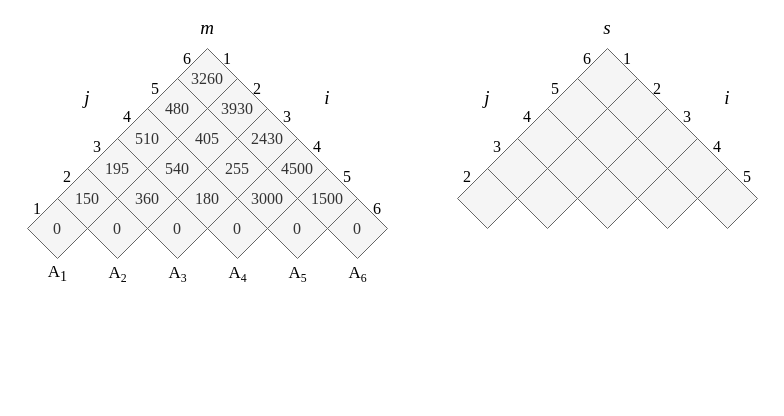
Earlier version of the draw.io diagram HW10/HW10_Q1.drawio (edwardayala/Diagrams). Source tidied: cells renumbered, new cells numbered last; positions are measured from the earlier drawing's top-left corner, leaving out a move shared by most shapes. Both pictures are drawn from the tidied source at 100%, with x=0, y=0 at pixel (17, 18).
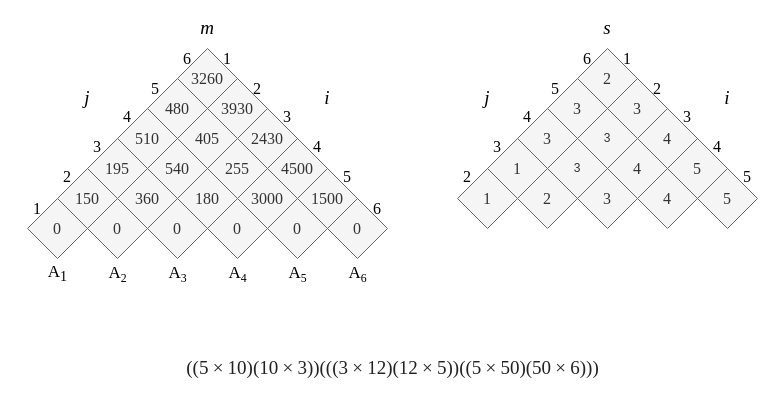
The same diagram, later.

Diff of the diagram source:
```diff
@@
-    <mxCell id="38" style="rhombus;whiteSpace=wrap;html=1;fillColor=#f5f5f5;strokeColor=#666666;fontColor=#333333;" parent="1" vertex="1">
+    <mxCell id="38" value="2" style="rhombus;whiteSpace=wrap;html=1;fillColor=#f5f5f5;strokeColor=#666666;fontColor=#333333;fontFamily=Times New Roman;fontSize=16;" parent="1" vertex="1">
       <mxGeometry x="560" y="30" width="60" height="60" as="geometry" />
     </mxCell>
-    <mxCell id="39" style="rhombus;whiteSpace=wrap;html=1;fillColor=#f5f5f5;strokeColor=#666666;fontColor=#333333;" parent="1" vertex="1">
+    <mxCell id="39" value="3" style="rhombus;whiteSpace=wrap;html=1;fillColor=#f5f5f5;strokeColor=#666666;fontColor=#333333;fontFamily=Times New Roman;fontSize=16;" parent="1" vertex="1">
       <mxGeometry x="590" y="60" width="60" height="60" as="geometry" />
     </mxCell>
-    <mxCell id="40" style="rhombus;whiteSpace=wrap;html=1;fillColor=#f5f5f5;strokeColor=#666666;fontColor=#333333;" parent="1" vertex="1">
+    <mxCell id="40" value="4" style="rhombus;whiteSpace=wrap;html=1;fillColor=#f5f5f5;strokeColor=#666666;fontColor=#333333;fontFamily=Times New Roman;fontSize=16;" parent="1" vertex="1">
       <mxGeometry x="620" y="90" width="60" height="60" as="geometry" />
     </mxCell>
-    <mxCell id="41" style="rhombus;whiteSpace=wrap;html=1;fillColor=#f5f5f5;strokeColor=#666666;fontColor=#333333;" parent="1" vertex="1">
+    <mxCell id="41" value="5" style="rhombus;whiteSpace=wrap;html=1;fillColor=#f5f5f5;strokeColor=#666666;fontColor=#333333;fontFamily=Times New Roman;fontSize=16;" parent="1" vertex="1">
       <mxGeometry x="650" y="120" width="60" height="60" as="geometry" />
     </mxCell>
-    <mxCell id="42" style="rhombus;whiteSpace=wrap;html=1;fillColor=#f5f5f5;strokeColor=#666666;fontColor=#333333;" parent="1" vertex="1">
+    <mxCell id="42" value="5" style="rhombus;whiteSpace=wrap;html=1;fillColor=#f5f5f5;strokeColor=#666666;fontColor=#333333;fontFamily=Times New Roman;fontSize=16;" parent="1" vertex="1">
       <mxGeometry x="680" y="150" width="60" height="60" as="geometry" />
     </mxCell>
-    <mxCell id="43" style="rhombus;whiteSpace=wrap;html=1;fillColor=#f5f5f5;strokeColor=#666666;fontColor=#333333;" parent="1" vertex="1">
+    <mxCell id="43" value="3" style="rhombus;whiteSpace=wrap;html=1;fillColor=#f5f5f5;strokeColor=#666666;fontColor=#333333;fontFamily=Times New Roman;fontSize=16;" parent="1" vertex="1">
       <mxGeometry x="530" y="60" width="60" height="60" as="geometry" />
     </mxCell>
-    <mxCell id="44" style="rhombus;whiteSpace=wrap;html=1;fillColor=#f5f5f5;strokeColor=#666666;fontColor=#333333;" parent="1" vertex="1">
+    <mxCell id="44" value="3" style="rhombus;whiteSpace=wrap;html=1;fillColor=#f5f5f5;strokeColor=#666666;fontColor=#333333;" parent="1" vertex="1">
       <mxGeometry x="560" y="90" width="60" height="60" as="geometry" />
     </mxCell>
-    <mxCell id="45" style="rhombus;whiteSpace=wrap;html=1;fillColor=#f5f5f5;strokeColor=#666666;fontColor=#333333;" parent="1" vertex="1">
+    <mxCell id="45" value="4" style="rhombus;whiteSpace=wrap;html=1;fillColor=#f5f5f5;strokeColor=#666666;fontColor=#333333;fontFamily=Times New Roman;fontSize=16;" parent="1" vertex="1">
       <mxGeometry x="590" y="120" width="60" height="60" as="geometry" />
     </mxCell>
-    <mxCell id="46" style="rhombus;whiteSpace=wrap;html=1;fillColor=#f5f5f5;strokeColor=#666666;fontColor=#333333;" parent="1" vertex="1">
+    <mxCell id="46" value="4" style="rhombus;whiteSpace=wrap;html=1;fillColor=#f5f5f5;strokeColor=#666666;fontColor=#333333;fontFamily=Times New Roman;fontSize=16;" parent="1" vertex="1">
       <mxGeometry x="620" y="150" width="60" height="60" as="geometry" />
     </mxCell>
-    <mxCell id="47" style="rhombus;whiteSpace=wrap;html=1;fillColor=#f5f5f5;strokeColor=#666666;fontColor=#333333;" parent="1" vertex="1">
+    <mxCell id="47" value="3" style="rhombus;whiteSpace=wrap;html=1;fillColor=#f5f5f5;strokeColor=#666666;fontColor=#333333;fontFamily=Times New Roman;fontSize=16;" parent="1" vertex="1">
       <mxGeometry x="500" y="90" width="60" height="60" as="geometry" />
     </mxCell>
-    <mxCell id="48" style="rhombus;whiteSpace=wrap;html=1;fillColor=#f5f5f5;strokeColor=#666666;fontColor=#333333;" parent="1" vertex="1">
+    <mxCell id="48" value="3" style="rhombus;whiteSpace=wrap;html=1;fillColor=#f5f5f5;strokeColor=#666666;fontColor=#333333;" parent="1" vertex="1">
       <mxGeometry x="530" y="120" width="60" height="60" as="geometry" />
     </mxCell>
-    <mxCell id="49" style="rhombus;whiteSpace=wrap;html=1;fillColor=#f5f5f5;strokeColor=#666666;fontColor=#333333;" parent="1" vertex="1">
+    <mxCell id="49" value="3" style="rhombus;whiteSpace=wrap;html=1;fillColor=#f5f5f5;strokeColor=#666666;fontColor=#333333;fontFamily=Times New Roman;fontSize=16;" parent="1" vertex="1">
       <mxGeometry x="560" y="150" width="60" height="60" as="geometry" />
     </mxCell>
-    <mxCell id="50" style="rhombus;whiteSpace=wrap;html=1;fillColor=#f5f5f5;strokeColor=#666666;fontColor=#333333;" parent="1" vertex="1">
+    <mxCell id="50" value="1" style="rhombus;whiteSpace=wrap;html=1;fillColor=#f5f5f5;strokeColor=#666666;fontColor=#333333;fontFamily=Times New Roman;fontSize=16;" parent="1" vertex="1">
       <mxGeometry x="470" y="120" width="60" height="60" as="geometry" />
     </mxCell>
-    <mxCell id="51" style="rhombus;whiteSpace=wrap;html=1;fillColor=#f5f5f5;strokeColor=#666666;fontColor=#333333;" parent="1" vertex="1">
+    <mxCell id="51" value="2" style="rhombus;whiteSpace=wrap;html=1;fillColor=#f5f5f5;strokeColor=#666666;fontColor=#333333;fontFamily=Times New Roman;fontSize=16;" parent="1" vertex="1">
       <mxGeometry x="500" y="150" width="60" height="60" as="geometry" />
     </mxCell>
-    <mxCell id="52" style="rhombus;whiteSpace=wrap;html=1;fillColor=#f5f5f5;strokeColor=#666666;fontColor=#333333;" parent="1" vertex="1">
+    <mxCell id="52" value="1" style="rhombus;whiteSpace=wrap;html=1;fillColor=#f5f5f5;strokeColor=#666666;fontColor=#333333;fontFamily=Times New Roman;fontSize=16;" parent="1" vertex="1">
       <mxGeometry x="440" y="150" width="60" height="60" as="geometry" />
     </mxCell>
@@
+    <mxCell id="72" value="&lt;p style=&quot;box-sizing: inherit ; margin: 1em 0px ; color: rgba(0 , 0 , 0 , 0.87) ; white-space: normal&quot;&gt;&lt;span style=&quot;box-sizing: inherit&quot;&gt;&lt;span class=&quot;katex-display&quot; style=&quot;box-sizing: inherit ; display: block ; margin: 1em 0px ; text-align: center&quot;&gt;&lt;span class=&quot;katex&quot; style=&quot;box-sizing: inherit ; font-stretch: normal ; font-size: 19px ; line-height: 1.2 ; white-space: nowrap ; display: block ; max-width: 100%&quot;&gt;&lt;span class=&quot;katex-html&quot; style=&quot;box-sizing: inherit ; overflow-y: hidden ; display: block ; position: relative&quot;&gt;&lt;span class=&quot;base&quot; style=&quot;box-sizing: inherit ; position: relative ; display: inline-block&quot;&gt;&lt;span class=&quot;mopen&quot; style=&quot;box-sizing: inherit&quot;&gt;(&lt;/span&gt;&lt;span class=&quot;mopen&quot; style=&quot;box-sizing: inherit&quot;&gt;(&lt;/span&gt;&lt;span class=&quot;mord&quot; style=&quot;box-sizing: inherit&quot;&gt;5&lt;/span&gt;&lt;span class=&quot;mspace&quot; style=&quot;box-sizing: inherit ; display: inline-block ; margin-right: 0.222222em&quot;&gt;&lt;/span&gt;&lt;span class=&quot;mbin&quot; style=&quot;box-sizing: inherit&quot;&gt;×&lt;/span&gt;&lt;span class=&quot;mspace&quot; style=&quot;box-sizing: inherit ; display: inline-block ; margin-right: 0.222222em&quot;&gt;&lt;/span&gt;&lt;/span&gt;&lt;span class=&quot;base&quot; style=&quot;box-sizing: inherit ; position: relative ; display: inline-block&quot;&gt;&lt;span class=&quot;strut&quot; style=&quot;box-sizing: inherit ; display: inline-block ; height: 1em ; vertical-align: -0.25em&quot;&gt;&lt;/span&gt;&lt;span class=&quot;mord&quot; style=&quot;box-sizing: inherit&quot;&gt;1&lt;/span&gt;&lt;span class=&quot;mord&quot; style=&quot;box-sizing: inherit&quot;&gt;0&lt;/span&gt;&lt;span class=&quot;mclose&quot; style=&quot;box-sizing: inherit&quot;&gt;)&lt;/span&gt;&lt;span class=&quot;mopen&quot; style=&quot;box-sizing: inherit&quot;&gt;(&lt;/span&gt;&lt;span class=&quot;mord&quot; style=&quot;box-sizing: inherit&quot;&gt;1&lt;/span&gt;&lt;span class=&quot;mord&quot; style=&quot;box-sizing: inherit&quot;&gt;0&lt;/span&gt;&lt;span class=&quot;mspace&quot; style=&quot;box-sizing: inherit ; display: inline-block ; margin-right: 0.222222em&quot;&gt;&lt;/span&gt;&lt;span class=&quot;mbin&quot; style=&quot;box-sizing: inherit&quot;&gt;×&lt;/span&gt;&lt;span class=&quot;mspace&quot; style=&quot;box-sizing: inherit ; display: inline-block ; margin-right: 0.222222em&quot;&gt;&lt;/span&gt;&lt;/span&gt;&lt;span class=&quot;base&quot; style=&quot;box-sizing: inherit ; position: relative ; display: inline-block&quot;&gt;&lt;span class=&quot;strut&quot; style=&quot;box-sizing: inherit ; display: inline-block ; height: 1em ; vertical-align: -0.25em&quot;&gt;&lt;/span&gt;&lt;span class=&quot;mord&quot; style=&quot;box-sizing: inherit&quot;&gt;3&lt;/span&gt;&lt;span class=&quot;mclose&quot; style=&quot;box-sizing: inherit&quot;&gt;)&lt;/span&gt;&lt;span class=&quot;mclose&quot; style=&quot;box-sizing: inherit&quot;&gt;)&lt;/span&gt;&lt;span class=&quot;mopen&quot; style=&quot;box-sizing: inherit&quot;&gt;(&lt;/span&gt;&lt;span class=&quot;mopen&quot; style=&quot;box-sizing: inherit&quot;&gt;(&lt;/span&gt;&lt;span class=&quot;mopen&quot; style=&quot;box-sizing: inherit&quot;&gt;(&lt;/span&gt;&lt;span class=&quot;mord&quot; style=&quot;box-sizing: inherit&quot;&gt;3&lt;/span&gt;&lt;span class=&quot;mspace&quot; style=&quot;box-sizing: inherit ; display: inline-block ; margin-right: 0.222222em&quot;&gt;&lt;/span&gt;&lt;span class=&quot;mbin&quot; style=&quot;box-sizing: inherit&quot;&gt;×&lt;/span&gt;&lt;span class=&quot;mspace&quot; style=&quot;box-sizing: inherit ; display: inline-block ; margin-right: 0.222222em&quot;&gt;&lt;/span&gt;&lt;/span&gt;&lt;span class=&quot;base&quot; style=&quot;box-sizing: inherit ; position: relative ; display: inline-block&quot;&gt;&lt;span class=&quot;strut&quot; style=&quot;box-sizing: inherit ; display: inline-block ; height: 1em ; vertical-align: -0.25em&quot;&gt;&lt;/span&gt;&lt;span class=&quot;mord&quot; style=&quot;box-sizing: inherit&quot;&gt;1&lt;/span&gt;&lt;span class=&quot;mord&quot; style=&quot;box-sizing: inherit&quot;&gt;2&lt;/span&gt;&lt;span class=&quot;mclose&quot; style=&quot;box-sizing: inherit&quot;&gt;)&lt;/span&gt;&lt;span class=&quot;mopen&quot; style=&quot;box-sizing: inherit&quot;&gt;(&lt;/span&gt;&lt;span class=&quot;mord&quot; style=&quot;box-sizing: inherit&quot;&gt;1&lt;/span&gt;&lt;span class=&quot;mord&quot; style=&quot;box-sizing: inherit&quot;&gt;2&lt;/span&gt;&lt;span class=&quot;mspace&quot; style=&quot;box-sizing: inherit ; display: inline-block ; margin-right: 0.222222em&quot;&gt;&lt;/span&gt;&lt;span class=&quot;mbin&quot; style=&quot;box-sizing: inherit&quot;&gt;×&lt;/span&gt;&lt;span class=&quot;mspace&quot; style=&quot;box-sizing: inherit ; display: inline-block ; margin-right: 0.222222em&quot;&gt;&lt;/span&gt;&lt;/span&gt;&lt;span class=&quot;base&quot; style=&quot;box-sizing: inherit ; position: relative ; display: inline-block&quot;&gt;&lt;span class=&quot;strut&quot; style=&quot;box-sizing: inherit ; display: inline-block ; height: 1em ; vertical-align: -0.25em&quot;&gt;&lt;/span&gt;&lt;span class=&quot;mord&quot; style=&quot;box-sizing: inherit&quot;&gt;5&lt;/span&gt;&lt;span class=&quot;mclose&quot; style=&quot;box-sizing: inherit&quot;&gt;)&lt;/span&gt;&lt;span class=&quot;mclose&quot; style=&quot;box-sizing: inherit&quot;&gt;)&lt;/span&gt;&lt;span class=&quot;mopen&quot; style=&quot;box-sizing: inherit&quot;&gt;(&lt;/span&gt;&lt;span class=&quot;mopen&quot; style=&quot;box-sizing: inherit&quot;&gt;(&lt;/span&gt;&lt;span class=&quot;mord&quot; style=&quot;box-sizing: inherit&quot;&gt;5&lt;/span&gt;&lt;span class=&quot;mspace&quot; style=&quot;box-sizing: inherit ; display: inline-block ; margin-right: 0.222222em&quot;&gt;&lt;/span&gt;&lt;span class=&quot;mbin&quot; style=&quot;box-sizing: inherit&quot;&gt;×&lt;/span&gt;&lt;span class=&quot;mspace&quot; style=&quot;box-sizing: inherit ; display: inline-block ; margin-right: 0.222222em&quot;&gt;&lt;/span&gt;&lt;/span&gt;&lt;span class=&quot;base&quot; style=&quot;box-sizing: inherit ; position: relative ; display: inline-block&quot;&gt;&lt;span class=&quot;strut&quot; style=&quot;box-sizing: inherit ; display: inline-block ; height: 1em ; vertical-align: -0.25em&quot;&gt;&lt;/span&gt;&lt;span class=&quot;mord&quot; style=&quot;box-sizing: inherit&quot;&gt;5&lt;/span&gt;&lt;span class=&quot;mord&quot; style=&quot;box-sizing: inherit&quot;&gt;0&lt;/span&gt;&lt;span class=&quot;mclose&quot; style=&quot;box-sizing: inherit&quot;&gt;)&lt;/span&gt;&lt;span class=&quot;mopen&quot; style=&quot;box-sizing: inherit&quot;&gt;(&lt;/span&gt;&lt;span class=&quot;mord&quot; style=&quot;box-sizing: inherit&quot;&gt;5&lt;/span&gt;&lt;span class=&quot;mord&quot; style=&quot;box-sizing: inherit&quot;&gt;0&lt;/span&gt;&lt;span class=&quot;mspace&quot; style=&quot;box-sizing: inherit ; display: inline-block ; margin-right: 0.222222em&quot;&gt;&lt;/span&gt;&lt;span class=&quot;mbin&quot; style=&quot;box-sizing: inherit&quot;&gt;×&lt;/span&gt;&lt;span class=&quot;mspace&quot; style=&quot;box-sizing: inherit ; display: inline-block ; margin-right: 0.222222em&quot;&gt;&lt;/span&gt;&lt;/span&gt;&lt;span class=&quot;base&quot; style=&quot;box-sizing: inherit ; position: relative ; display: inline-block&quot;&gt;&lt;span class=&quot;strut&quot; style=&quot;box-sizing: inherit ; display: inline-block ; height: 1em ; vertical-align: -0.25em&quot;&gt;&lt;/span&gt;&lt;span class=&quot;mord&quot; style=&quot;box-sizing: inherit&quot;&gt;6&lt;/span&gt;&lt;span class=&quot;mclose&quot; style=&quot;box-sizing: inherit&quot;&gt;)&lt;/span&gt;&lt;span class=&quot;mclose&quot; style=&quot;box-sizing: inherit&quot;&gt;)&lt;/span&gt;&lt;span class=&quot;mclose&quot; style=&quot;box-sizing: inherit&quot;&gt;)&lt;/span&gt;&lt;/span&gt;&lt;/span&gt;&lt;/span&gt;&lt;/span&gt;&lt;/span&gt;&lt;/p&gt;" style="text;html=1;align=center;verticalAlign=middle;fontSize=16;fontFamily=Times New Roman;" parent="1" vertex="1">
+      <mxGeometry x="160" y="320" width="430" height="60" as="geometry" />
+    </mxCell>
```
